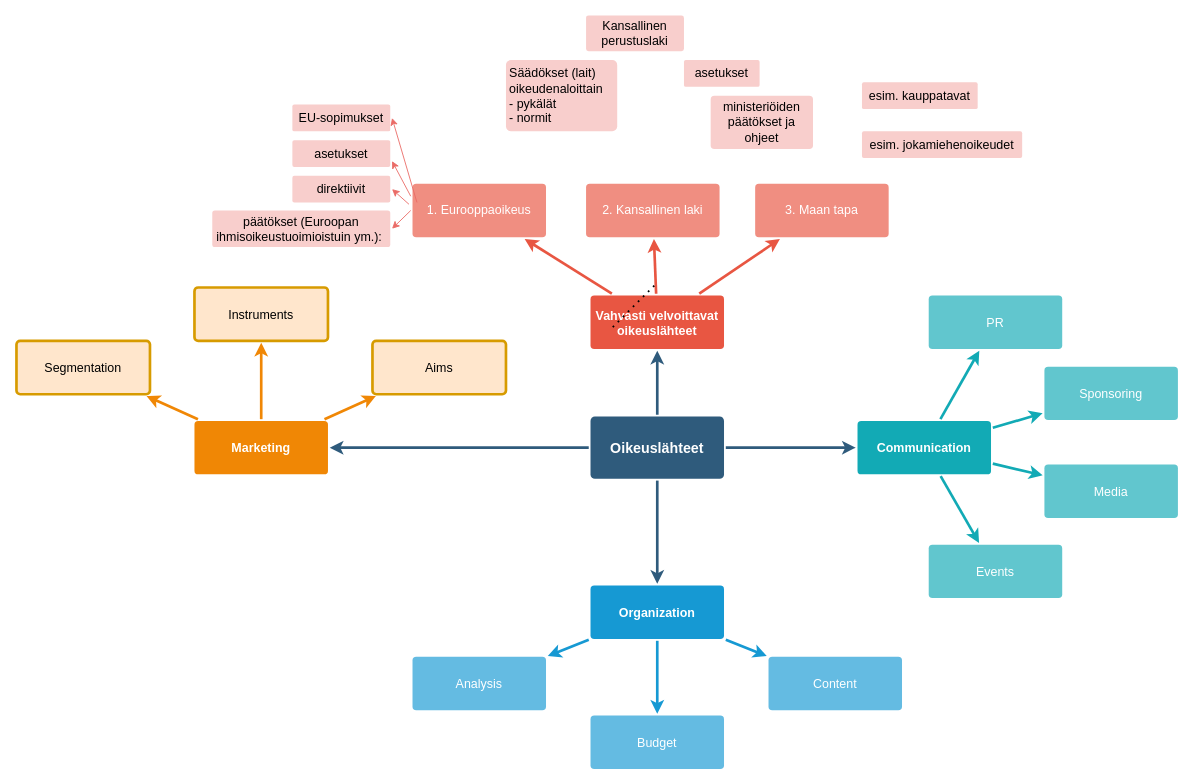
fellower/docs keeps this draw.io diagram as Untitled Diagram.drawio. Above is the earlier version. Source tidied: cells renumbered, new cells numbered last; positions are measured from the earlier drawing's top-left corner, leaving out a move shared by most shapes. Both pictures are drawn from the tidied source at 89%, with x=0, y=0 at pixel (16, 15).
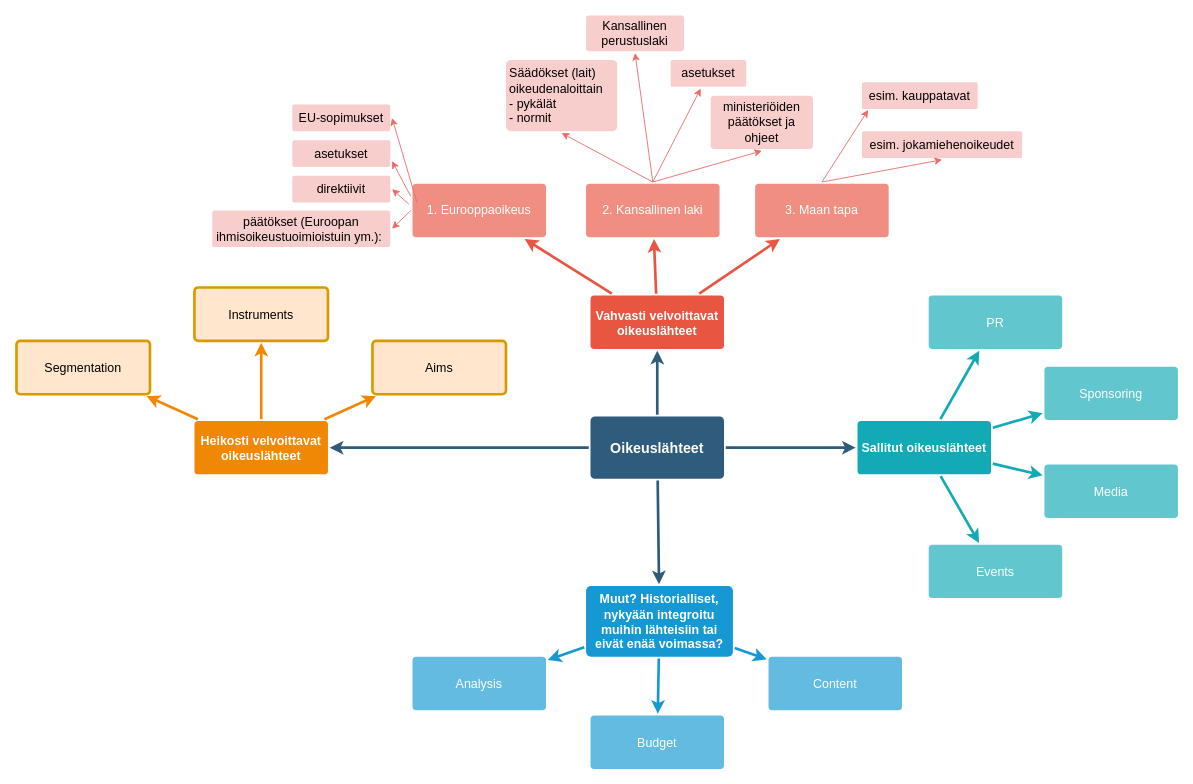
After the change.

Unchanged cells that the change refers to:
```xml
<mxCell id="12" value="2. Kansallinen laki" style="rounded=1;whiteSpace=wrap;html=1;shadow=0;labelBackgroundColor=none;strokeColor=none;strokeWidth=3;fillColor=#f08e81;fontFamily=Helvetica;fontSize=14;fontColor=#FFFFFF;align=center;spacing=5;fontStyle=0;arcSize=7;perimeterSpacing=2;" parent="1" vertex="1">
  <mxGeometry x="640" y="189" width="150" height="60" as="geometry" />
</mxCell>
<mxCell id="13" value="3. Maan tapa" style="rounded=1;whiteSpace=wrap;html=1;shadow=0;labelBackgroundColor=none;strokeColor=none;strokeWidth=3;fillColor=#f08e81;fontFamily=Helvetica;fontSize=14;fontColor=#FFFFFF;align=center;spacing=5;fontStyle=0;arcSize=7;perimeterSpacing=2;" parent="1" vertex="1">
  <mxGeometry x="830" y="189" width="150" height="60" as="geometry" />
</mxCell>
<mxCell id="46" value="Kansallinen perustuslaki" style="rounded=1;whiteSpace=wrap;html=1;shadow=0;labelBackgroundColor=none;strokeColor=none;strokeWidth=3;fontFamily=Helvetica;fontSize=14;align=center;spacing=5;fontStyle=0;arcSize=7;perimeterSpacing=2;fillColor=#F8CECC;" parent="1" vertex="1">
  <mxGeometry x="640" width="110" height="40" as="geometry" />
</mxCell>
<mxCell id="47" value="&lt;div style=&quot;text-align: left&quot;&gt;&lt;span&gt;Säädökset (lait) oikeudenaloittain&lt;/span&gt;&lt;/div&gt;&lt;div style=&quot;text-align: left&quot;&gt;&lt;span&gt;- pykälät&lt;/span&gt;&lt;/div&gt;&lt;div style=&quot;text-align: left&quot;&gt;&lt;span&gt;- normit&lt;/span&gt;&lt;/div&gt;" style="rounded=1;whiteSpace=wrap;html=1;shadow=0;labelBackgroundColor=none;strokeColor=none;strokeWidth=3;fontFamily=Helvetica;fontSize=14;align=center;spacing=5;fontStyle=0;arcSize=7;perimeterSpacing=2;fillColor=#F8CECC;" parent="1" vertex="1">
  <mxGeometry x="550" y="50" width="125" height="80" as="geometry" />
</mxCell>
<mxCell id="49" value="&lt;div style=&quot;&quot;&gt;&lt;span&gt;ministeriöiden päätökset ja ohjeet&lt;/span&gt;&lt;/div&gt;" style="rounded=1;whiteSpace=wrap;html=1;shadow=0;labelBackgroundColor=none;strokeColor=none;strokeWidth=3;fontFamily=Helvetica;fontSize=14;align=center;spacing=5;fontStyle=0;arcSize=7;perimeterSpacing=2;fillColor=#F8CECC;" parent="1" vertex="1">
  <mxGeometry x="780" y="90" width="115" height="60" as="geometry" />
</mxCell>
<mxCell id="50" value="&lt;div style=&quot;text-align: left&quot;&gt;&lt;span&gt;esim. kauppatavat&lt;/span&gt;&lt;/div&gt;" style="rounded=1;whiteSpace=wrap;html=1;shadow=0;labelBackgroundColor=none;strokeColor=none;strokeWidth=3;fontFamily=Helvetica;fontSize=14;align=center;spacing=5;fontStyle=0;arcSize=7;perimeterSpacing=2;fillColor=#F8CECC;" parent="1" vertex="1">
  <mxGeometry x="950" y="75" width="130" height="30" as="geometry" />
</mxCell>
<mxCell id="51" value="&lt;div style=&quot;text-align: left&quot;&gt;&lt;span&gt;esim. jokamiehenoikeudet&lt;/span&gt;&lt;/div&gt;" style="rounded=1;whiteSpace=wrap;html=1;shadow=0;labelBackgroundColor=none;strokeColor=none;strokeWidth=3;fontFamily=Helvetica;fontSize=14;align=center;spacing=5;fontStyle=0;arcSize=7;perimeterSpacing=2;fillColor=#F8CECC;" parent="1" vertex="1">
  <mxGeometry x="950" y="130" width="180" height="30" as="geometry" />
</mxCell>
```

What changed in the source:
```diff
@@
-    <mxCell id="17" value="Organization" style="rounded=1;whiteSpace=wrap;html=1;shadow=0;labelBackgroundColor=none;strokeColor=none;strokeWidth=3;fillColor=#1699d3;fontFamily=Helvetica;fontSize=14;fontColor=#FFFFFF;align=center;spacing=5;fontStyle=1;arcSize=7;perimeterSpacing=2;" parent="1" vertex="1">
-      <mxGeometry x="645" y="640.5" width="150" height="60" as="geometry" />
+    <mxCell id="17" value="Muut? Historialliset, nykyään integroitu muihin lähteisiin tai eivät enää voimassa?" style="rounded=1;whiteSpace=wrap;html=1;shadow=0;labelBackgroundColor=none;strokeColor=none;strokeWidth=3;fillColor=#1699d3;fontFamily=Helvetica;fontSize=14;fontColor=#FFFFFF;align=center;spacing=5;fontStyle=1;arcSize=7;perimeterSpacing=2;" parent="1" vertex="1">
+      <mxGeometry x="640" y="641" width="165" height="79.5" as="geometry" />
     </mxCell>
@@
-    <mxCell id="21" value="Marketing" style="rounded=1;whiteSpace=wrap;html=1;shadow=0;labelBackgroundColor=none;strokeColor=none;strokeWidth=3;fillColor=#F08705;fontFamily=Helvetica;fontSize=14;fontColor=#FFFFFF;align=center;spacing=5;fontStyle=1;arcSize=7;perimeterSpacing=2;" parent="1" vertex="1">
+    <mxCell id="21" value="Heikosti velvoittavat oikeuslähteet" style="rounded=1;whiteSpace=wrap;html=1;shadow=0;labelBackgroundColor=none;strokeColor=none;strokeWidth=3;fillColor=#F08705;fontFamily=Helvetica;fontSize=14;fontColor=#FFFFFF;align=center;spacing=5;fontStyle=1;arcSize=7;perimeterSpacing=2;" parent="1" vertex="1">
       <mxGeometry x="200" y="455.5" width="150" height="60" as="geometry" />
     </mxCell>
@@
-    <mxCell id="28" value="Communication" style="rounded=1;whiteSpace=wrap;html=1;shadow=0;labelBackgroundColor=none;strokeColor=none;strokeWidth=3;fillColor=#12aab5;fontFamily=Helvetica;fontSize=14;fontColor=#FFFFFF;align=center;spacing=5;fontStyle=1;arcSize=7;perimeterSpacing=2;" parent="1" vertex="1">
+    <mxCell id="28" value="Sallitut oikeuslähteet" style="rounded=1;whiteSpace=wrap;html=1;shadow=0;labelBackgroundColor=none;strokeColor=none;strokeWidth=3;fillColor=#12aab5;fontFamily=Helvetica;fontSize=14;fontColor=#FFFFFF;align=center;spacing=5;fontStyle=1;arcSize=7;perimeterSpacing=2;" parent="1" vertex="1">
       <mxGeometry x="945" y="455.5" width="150" height="60" as="geometry" />
     </mxCell>
@@
-    <mxCell id="41" style="endArrow=none;dashed=1;html=1;dashPattern=1 3;strokeWidth=2;fontColor=#000000;" parent="1" edge="1">
-      <mxGeometry relative="1" as="geometry">
-        <mxPoint x="670" y="350" as="sourcePoint" />
-        <mxPoint x="720" y="300" as="targetPoint" />
-      </mxGeometry>
-    </mxCell>
@@
     <mxCell id="48" value="&lt;div style=&quot;text-align: left&quot;&gt;&lt;span&gt;asetukset&lt;/span&gt;&lt;/div&gt;" style="rounded=1;whiteSpace=wrap;html=1;shadow=0;labelBackgroundColor=none;strokeColor=none;strokeWidth=3;fontFamily=Helvetica;fontSize=14;align=center;spacing=5;fontStyle=0;arcSize=7;perimeterSpacing=2;fillColor=#F8CECC;" parent="1" vertex="1">
-      <mxGeometry x="750" y="50" width="85" height="30" as="geometry" />
+      <mxGeometry x="735" y="50" width="85" height="30" as="geometry" />
     </mxCell>
@@
+    <mxCell id="52" style="endArrow=classic;html=1;fontColor=#000000;exitX=0.5;exitY=0;exitDx=0;exitDy=0;entryX=0.5;entryY=1;entryDx=0;entryDy=0;strokeColor=#EA6B66;" parent="1" edge="1" source="12" target="47">
+      <mxGeometry relative="1" as="geometry" />
+    </mxCell>
+    <mxCell id="53" style="endArrow=classic;html=1;fontColor=#000000;exitX=0.5;exitY=0;exitDx=0;exitDy=0;entryX=0.5;entryY=1;entryDx=0;entryDy=0;strokeColor=#EA6B66;" parent="1" edge="1" source="12" target="46">
+      <mxGeometry relative="1" as="geometry" />
+    </mxCell>
+    <mxCell id="54" style="endArrow=classic;html=1;fontColor=#000000;exitX=0.5;exitY=0;exitDx=0;exitDy=0;strokeColor=#EA6B66;" parent="1" edge="1" source="12" target="48">
+      <mxGeometry relative="1" as="geometry" />
+    </mxCell>
+    <mxCell id="55" style="endArrow=classic;html=1;fontColor=#000000;exitX=0.5;exitY=0;exitDx=0;exitDy=0;strokeColor=#EA6B66;entryX=0.5;entryY=1;entryDx=0;entryDy=0;" parent="1" edge="1" source="12" target="49">
+      <mxGeometry relative="1" as="geometry" />
+    </mxCell>
+    <mxCell id="56" style="endArrow=classic;html=1;fontColor=#000000;exitX=0.5;exitY=0;exitDx=0;exitDy=0;strokeColor=#EA6B66;entryX=0.067;entryY=0.971;entryDx=0;entryDy=0;entryPerimeter=0;" parent="1" edge="1" source="13" target="50">
+      <mxGeometry relative="1" as="geometry" />
+    </mxCell>
+    <mxCell id="57" style="endArrow=classic;html=1;fontColor=#000000;exitX=0.5;exitY=0;exitDx=0;exitDy=0;strokeColor=#EA6B66;entryX=0.5;entryY=1;entryDx=0;entryDy=0;" parent="1" edge="1" source="13" target="51">
+      <mxGeometry relative="1" as="geometry" />
+    </mxCell>
```
